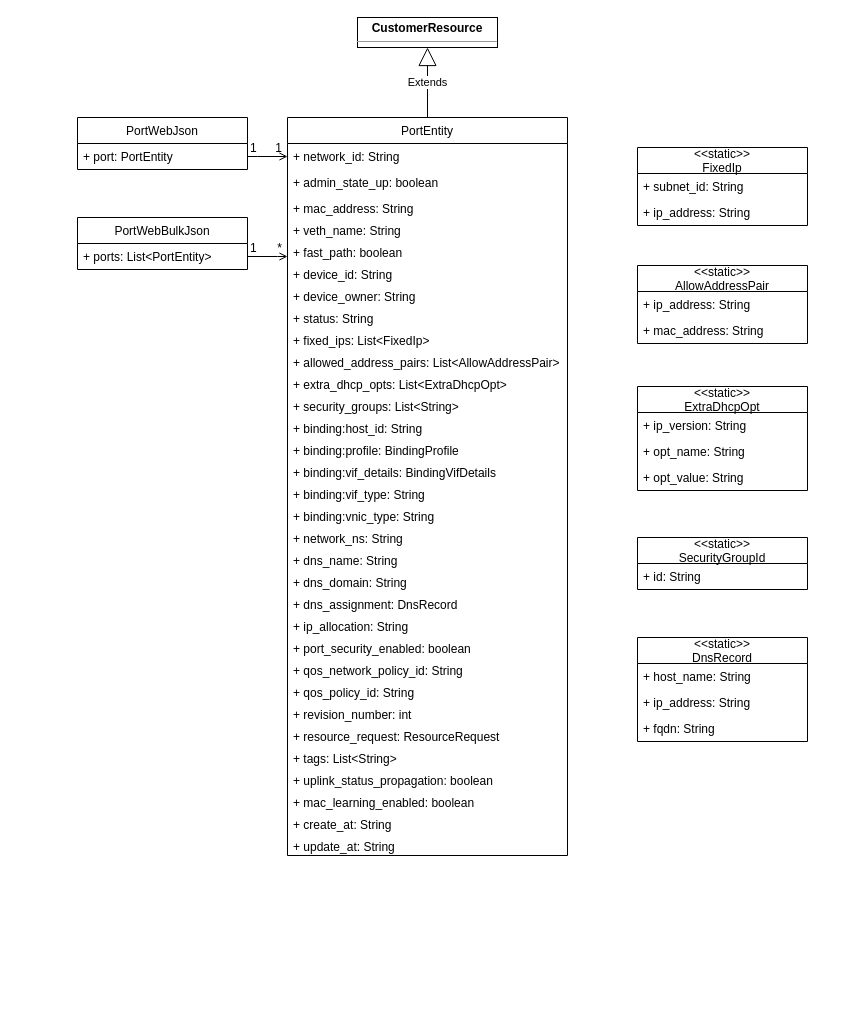
Above: port.drawio in cj-chung/diagrams (draw.io), before the change. Source tidied: cells renumbered, new cells numbered last; positions are measured from the earlier drawing's top-left corner, leaving out a move shared by most shapes. Both pictures are drawn from the tidied source at 100%, with x=0, y=0 at pixel (77, 17).
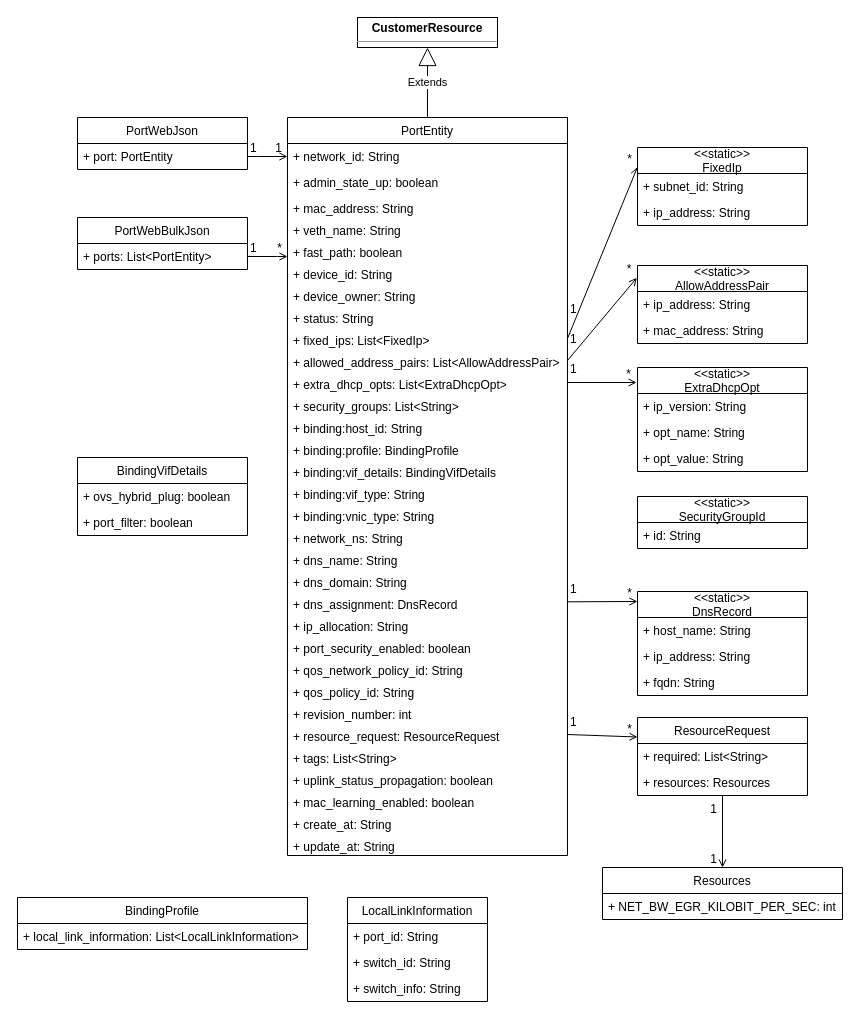
After the change.

Unchanged cells that the change refers to:
```xml
<mxCell id="11" value="+ fixed_ips: List&lt;FixedIp&gt;&#10;" style="text;strokeColor=none;fillColor=none;align=left;verticalAlign=top;spacingLeft=4;spacingRight=4;overflow=hidden;points=[[0,0.5],[1,0.5]];portConstraint=eastwest;" parent="2" vertex="1">
  <mxGeometry y="210" width="280" height="22" as="geometry" />
</mxCell>
<mxCell id="12" value="+ allowed_address_pairs: List&lt;AllowAddressPair&gt;&#10;" style="text;strokeColor=none;fillColor=none;align=left;verticalAlign=top;spacingLeft=4;spacingRight=4;overflow=hidden;points=[[0,0.5],[1,0.5]];portConstraint=eastwest;" parent="2" vertex="1">
  <mxGeometry y="232" width="280" height="22" as="geometry" />
</mxCell>
<mxCell id="13" value="+ extra_dhcp_opts: List&lt;ExtraDhcpOpt&gt;&#10;" style="text;strokeColor=none;fillColor=none;align=left;verticalAlign=top;spacingLeft=4;spacingRight=4;overflow=hidden;points=[[0,0.5],[1,0.5]];portConstraint=eastwest;" parent="2" vertex="1">
  <mxGeometry y="254" width="280" height="22" as="geometry" />
</mxCell>
<mxCell id="23" value="+ dns_assignment: DnsRecord&#10;" style="text;strokeColor=none;fillColor=none;align=left;verticalAlign=top;spacingLeft=4;spacingRight=4;overflow=hidden;points=[[0,0.5],[1,0.5]];portConstraint=eastwest;" parent="2" vertex="1">
  <mxGeometry y="474" width="280" height="22" as="geometry" />
</mxCell>
<mxCell id="29" value="+ resource_request: ResourceRequest" style="text;strokeColor=none;fillColor=none;align=left;verticalAlign=top;spacingLeft=4;spacingRight=4;overflow=hidden;points=[[0,0.5],[1,0.5]];portConstraint=eastwest;" parent="2" vertex="1">
  <mxGeometry y="606" width="280" height="22" as="geometry" />
</mxCell>
<mxCell id="47" value="&lt;&lt;static&gt;&gt;&#10;FixedIp" style="swimlane;fontStyle=0;horizontal=1;startSize=26;fillColor=none;" parent="1" vertex="1">
  <mxGeometry x="560" y="130" width="170" height="78" as="geometry" />
</mxCell>
<mxCell id="50" value="&lt;&lt;static&gt;&gt;&#10;AllowAddressPair" style="swimlane;fontStyle=0;horizontal=1;startSize=26;fillColor=none;" parent="1" vertex="1">
  <mxGeometry x="560" y="248" width="170" height="78" as="geometry" />
</mxCell>
```

Change to the diagram source:
```diff
@@
     <mxCell id="53" value="&lt;&lt;static&gt;&gt;&#10;ExtraDhcpOpt" style="swimlane;fontStyle=0;horizontal=1;startSize=26;fillColor=none;" parent="1" vertex="1">
-      <mxGeometry x="560" y="369" width="170" height="104" as="geometry" />
+      <mxGeometry x="560" y="350" width="170" height="104" as="geometry" />
     </mxCell>
@@
     <mxCell id="57" value="&lt;&lt;static&gt;&gt;&#10;SecurityGroupId" style="swimlane;fontStyle=0;horizontal=1;startSize=26;fillColor=none;" parent="1" vertex="1">
-      <mxGeometry x="560" y="520" width="170" height="52" as="geometry" />
+      <mxGeometry x="560" y="479" width="170" height="52" as="geometry" />
     </mxCell>
@@
     <mxCell id="59" value="&lt;&lt;static&gt;&gt;&#10;DnsRecord" style="swimlane;fontStyle=0;horizontal=1;startSize=26;fillColor=none;" parent="1" vertex="1">
-      <mxGeometry x="560" y="620" width="170" height="104" as="geometry" />
+      <mxGeometry x="560" y="574" width="170" height="104" as="geometry" />
     </mxCell>
@@
+    <mxCell id="63" value="BindingProfile" style="swimlane;fontStyle=0;horizontal=1;startSize=26;fillColor=none;" parent="1" vertex="1">
+      <mxGeometry x="-60" y="880" width="290" height="52" as="geometry" />
+    </mxCell>
+    <mxCell id="64" value="+ local_link_information: List&lt;LocalLinkInformation&gt;" style="text;strokeColor=none;fillColor=none;align=left;verticalAlign=top;spacingLeft=4;spacingRight=4;overflow=hidden;" parent="63" vertex="1">
+      <mxGeometry y="26" width="290" height="26" as="geometry" />
+    </mxCell>
+    <mxCell id="65" value="LocalLinkInformation" style="swimlane;fontStyle=0;horizontal=1;startSize=26;fillColor=none;" parent="1" vertex="1">
+      <mxGeometry x="270" y="880" width="140" height="104" as="geometry" />
+    </mxCell>
+    <mxCell id="66" value="+ port_id: String" style="text;strokeColor=none;fillColor=none;align=left;verticalAlign=top;spacingLeft=4;spacingRight=4;overflow=hidden;" parent="65" vertex="1">
+      <mxGeometry y="26" width="140" height="26" as="geometry" />
+    </mxCell>
+    <mxCell id="67" value="+ switch_id: String" style="text;strokeColor=none;fillColor=none;align=left;verticalAlign=top;spacingLeft=4;spacingRight=4;overflow=hidden;" parent="65" vertex="1">
+      <mxGeometry y="52" width="140" height="26" as="geometry" />
+    </mxCell>
+    <mxCell id="68" value="+ switch_info: String" style="text;strokeColor=none;fillColor=none;align=left;verticalAlign=top;spacingLeft=4;spacingRight=4;overflow=hidden;" parent="65" vertex="1">
+      <mxGeometry y="78" width="140" height="26" as="geometry" />
+    </mxCell>
+    <mxCell id="69" value="BindingVifDetails" style="swimlane;fontStyle=0;horizontal=1;startSize=26;fillColor=none;" parent="1" vertex="1">
+      <mxGeometry y="440" width="170" height="78" as="geometry" />
+    </mxCell>
+    <mxCell id="70" value="+ ovs_hybrid_plug: boolean" style="text;strokeColor=none;fillColor=none;align=left;verticalAlign=top;spacingLeft=4;spacingRight=4;overflow=hidden;" parent="69" vertex="1">
+      <mxGeometry y="26" width="170" height="26" as="geometry" />
+    </mxCell>
+    <mxCell id="71" value="+ port_filter: boolean" style="text;strokeColor=none;fillColor=none;align=left;verticalAlign=top;spacingLeft=4;spacingRight=4;overflow=hidden;" parent="69" vertex="1">
+      <mxGeometry y="52" width="170" height="26" as="geometry" />
+    </mxCell>
+    <mxCell id="72" style="endArrow=open;shadow=0;strokeWidth=1;rounded=0;endFill=1;elbow=vertical;entryX=0;entryY=0.25;entryDx=0;entryDy=0;exitX=1;exitY=0.5;exitDx=0;exitDy=0;" parent="1" edge="1" source="11" target="47">
+      <mxGeometry x="0.5" y="41" relative="1" as="geometry">
+        <mxPoint x="-40" y="32" as="offset" />
+      </mxGeometry>
+    </mxCell>
+    <mxCell id="73" value="1" style="align=left;verticalAlign=bottom;labelBackgroundColor=none;fontSize=12;" parent="72" vertex="1">
+      <mxGeometry x="-1" relative="1" as="geometry">
+        <mxPoint x="1" y="-21" as="offset" />
+      </mxGeometry>
+    </mxCell>
+    <mxCell id="74" value="*" style="align=right;verticalAlign=bottom;labelBackgroundColor=none;fontSize=12;" parent="72" vertex="1">
+      <mxGeometry x="1" relative="1" as="geometry">
+        <mxPoint x="-4" as="offset" />
+      </mxGeometry>
+    </mxCell>
+    <mxCell id="75" style="endArrow=open;shadow=0;strokeWidth=1;rounded=0;endFill=1;elbow=vertical;entryX=-0.004;entryY=0.158;entryDx=0;entryDy=0;entryPerimeter=0;exitX=1;exitY=0.5;exitDx=0;exitDy=0;" parent="1" edge="1" source="12" target="50">
+      <mxGeometry x="0.5" y="41" relative="1" as="geometry">
+        <mxPoint x="-40" y="32" as="offset" />
+      </mxGeometry>
+    </mxCell>
+    <mxCell id="76" value="1" style="align=left;verticalAlign=bottom;labelBackgroundColor=none;fontSize=12;" parent="75" vertex="1">
+      <mxGeometry x="-1" relative="1" as="geometry">
+        <mxPoint x="1" y="-13" as="offset" />
+      </mxGeometry>
+    </mxCell>
+    <mxCell id="77" value="*" style="align=right;verticalAlign=bottom;labelBackgroundColor=none;fontSize=12;" parent="75" vertex="1">
+      <mxGeometry x="1" relative="1" as="geometry">
+        <mxPoint x="-4" as="offset" />
+      </mxGeometry>
+    </mxCell>
+    <mxCell id="78" style="endArrow=open;shadow=0;strokeWidth=1;rounded=0;endFill=1;elbow=vertical;exitX=1;exitY=0.5;exitDx=0;exitDy=0;" parent="1" edge="1" source="13">
+      <mxGeometry x="0.5" y="41" relative="1" as="geometry">
+        <mxPoint x="559" y="365" as="targetPoint" />
+        <mxPoint x="-40" y="32" as="offset" />
+      </mxGeometry>
+    </mxCell>
+    <mxCell id="79" value="1" style="align=left;verticalAlign=bottom;labelBackgroundColor=none;fontSize=12;" parent="78" vertex="1">
+      <mxGeometry x="-1" relative="1" as="geometry">
+        <mxPoint x="1" y="-5" as="offset" />
+      </mxGeometry>
+    </mxCell>
+    <mxCell id="80" value="*" style="align=right;verticalAlign=bottom;labelBackgroundColor=none;fontSize=12;" parent="78" vertex="1">
+      <mxGeometry x="1" relative="1" as="geometry">
+        <mxPoint x="-4" as="offset" />
+      </mxGeometry>
+    </mxCell>
+    <mxCell id="81" style="endArrow=open;shadow=0;strokeWidth=1;rounded=0;endFill=1;elbow=vertical;entryX=0;entryY=0.096;entryDx=0;entryDy=0;entryPerimeter=0;" parent="1" edge="1" source="23" target="59">
+      <mxGeometry x="0.5" y="41" relative="1" as="geometry">
+        <mxPoint x="-40" y="32" as="offset" />
+      </mxGeometry>
+    </mxCell>
+    <mxCell id="82" value="1" style="align=left;verticalAlign=bottom;labelBackgroundColor=none;fontSize=12;" parent="81" vertex="1">
+      <mxGeometry x="-1" relative="1" as="geometry">
+        <mxPoint x="1" y="-4.3" as="offset" />
+      </mxGeometry>
+    </mxCell>
+    <mxCell id="83" value="*" style="align=right;verticalAlign=bottom;labelBackgroundColor=none;fontSize=12;" parent="81" vertex="1">
+      <mxGeometry x="1" relative="1" as="geometry">
+        <mxPoint x="-4" as="offset" />
+      </mxGeometry>
+    </mxCell>
+    <mxCell id="84" value="ResourceRequest" style="swimlane;fontStyle=0;horizontal=1;startSize=26;fillColor=none;" parent="1" vertex="1">
+      <mxGeometry x="560" y="700" width="170" height="78" as="geometry" />
+    </mxCell>
+    <mxCell id="85" value="+ required: List&lt;String&gt;" style="text;strokeColor=none;fillColor=none;align=left;verticalAlign=top;spacingLeft=4;spacingRight=4;overflow=hidden;" parent="84" vertex="1">
+      <mxGeometry y="26" width="170" height="26" as="geometry" />
+    </mxCell>
+    <mxCell id="86" value="+ resources: Resources" style="text;strokeColor=none;fillColor=none;align=left;verticalAlign=top;spacingLeft=4;spacingRight=4;overflow=hidden;points=[[0,0.5],[1,0.5]];portConstraint=eastwest;" parent="84" vertex="1">
+      <mxGeometry y="52" width="170" height="26" as="geometry" />
+    </mxCell>
+    <mxCell id="87" style="endArrow=open;shadow=0;strokeWidth=1;rounded=0;endFill=1;elbow=vertical;exitX=1;exitY=0.5;exitDx=0;exitDy=0;entryX=0;entryY=0.25;entryDx=0;entryDy=0;" parent="1" edge="1" source="29" target="84">
+      <mxGeometry x="0.5" y="41" relative="1" as="geometry">
+        <mxPoint x="-40" y="32" as="offset" />
+      </mxGeometry>
+    </mxCell>
+    <mxCell id="88" value="1" style="align=left;verticalAlign=bottom;labelBackgroundColor=none;fontSize=12;" parent="87" vertex="1">
+      <mxGeometry x="-1" relative="1" as="geometry">
+        <mxPoint x="1" y="-4.3" as="offset" />
+      </mxGeometry>
+    </mxCell>
+    <mxCell id="89" value="*" style="align=right;verticalAlign=bottom;labelBackgroundColor=none;fontSize=12;" parent="87" vertex="1">
+      <mxGeometry x="1" relative="1" as="geometry">
+        <mxPoint x="-4" as="offset" />
+      </mxGeometry>
+    </mxCell>
+    <mxCell id="90" value="Resources" style="swimlane;fontStyle=0;horizontal=1;startSize=26;fillColor=none;" parent="1" vertex="1">
+      <mxGeometry x="525" y="850" width="240" height="52" as="geometry" />
+    </mxCell>
+    <mxCell id="91" value="+ NET_BW_EGR_KILOBIT_PER_SEC: int" style="text;strokeColor=none;fillColor=none;align=left;verticalAlign=top;spacingLeft=4;spacingRight=4;overflow=hidden;" parent="90" vertex="1">
+      <mxGeometry y="26" width="240" height="26" as="geometry" />
+    </mxCell>
+    <mxCell id="92" style="endArrow=open;shadow=0;strokeWidth=1;rounded=0;endFill=1;elbow=vertical;entryX=0.5;entryY=0;entryDx=0;entryDy=0;" parent="1" edge="1" source="86" target="90">
+      <mxGeometry x="0.5" y="41" relative="1" as="geometry">
+        <mxPoint x="-40" y="32" as="offset" />
+      </mxGeometry>
+    </mxCell>
+    <mxCell id="93" value="1" style="align=left;verticalAlign=bottom;labelBackgroundColor=none;fontSize=12;" parent="92" vertex="1">
+      <mxGeometry x="-1" relative="1" as="geometry">
+        <mxPoint x="-13.8" y="22" as="offset" />
+      </mxGeometry>
+    </mxCell>
+    <mxCell id="94" value="1" style="align=right;verticalAlign=bottom;labelBackgroundColor=none;fontSize=12;" parent="92" vertex="1">
+      <mxGeometry x="1" relative="1" as="geometry">
+        <mxPoint x="-4" as="offset" />
+      </mxGeometry>
+    </mxCell>
```
